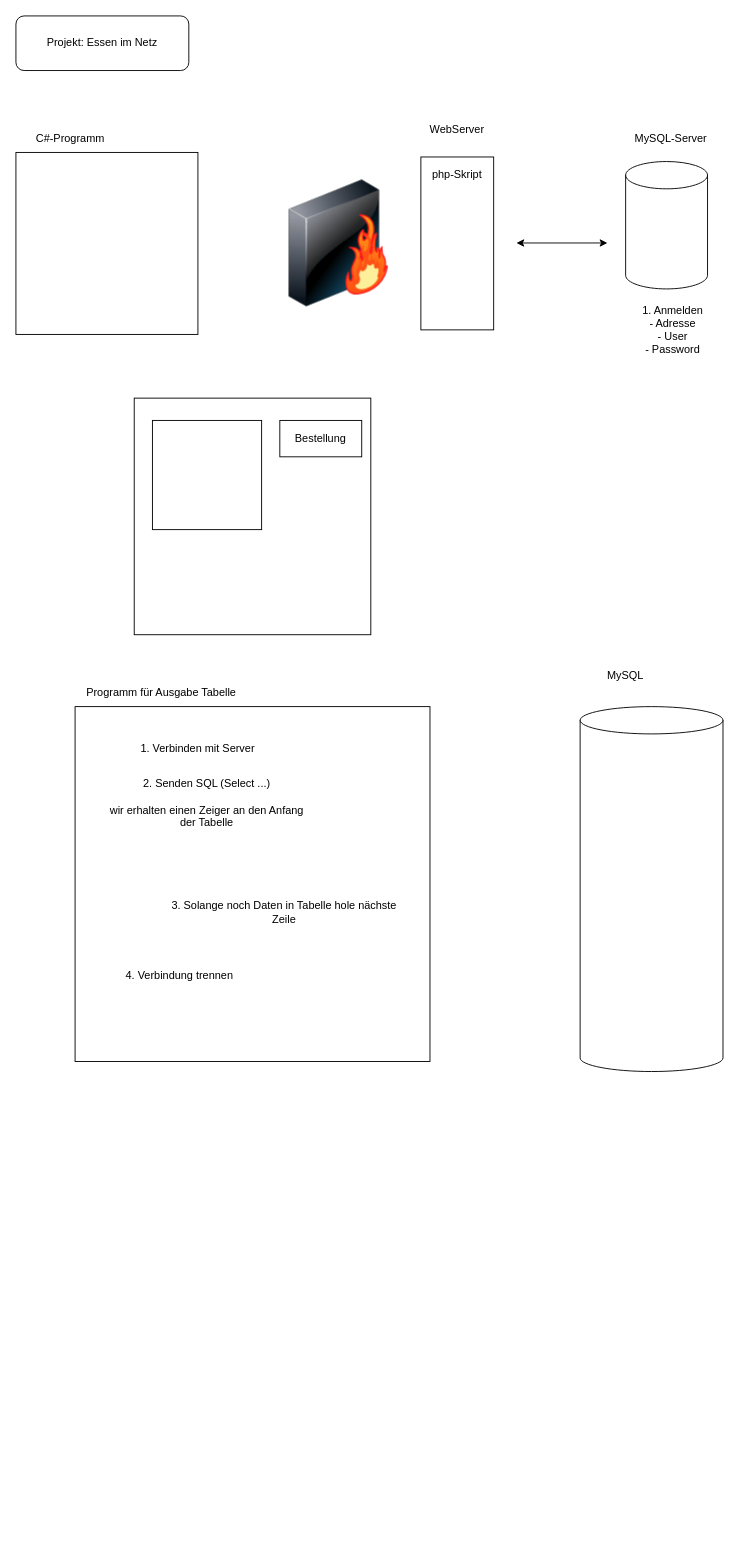
labpa/Schule keeps this draw.io diagram as C#/img/C#.drawio. Above is the earlier version. Source tidied: cells renumbered, new cells numbered last; positions are measured from the earlier drawing's top-left corner, leaving out a move shared by most shapes. Both pictures are drawn from the tidied source at 91%, with x=0, y=0 at pixel (15, 15).
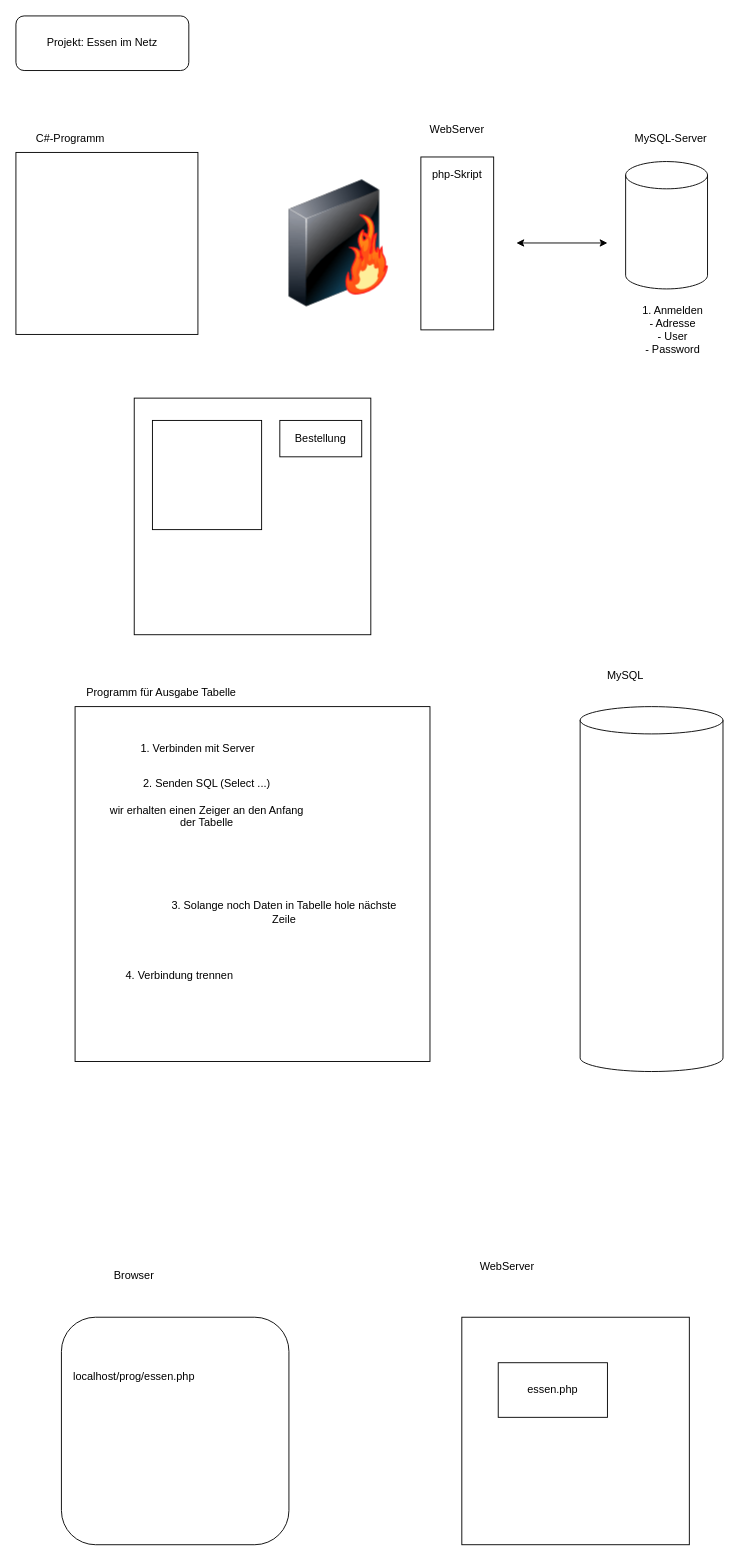
The same page after the edit.

Diff of the diagram source:
```diff
@@
+    <mxCell id="24" style="whiteSpace=wrap;html=1;rounded=1;" parent="1" vertex="1">
+      <mxGeometry x="50" y="1430" width="250" height="250" as="geometry" />
+    </mxCell>
+    <mxCell id="25" style="whiteSpace=wrap;html=1;rounded=0;" parent="1" vertex="1">
+      <mxGeometry x="490" y="1430" width="250" height="250" as="geometry" />
+    </mxCell>
+    <mxCell id="26" value="Browser" style="text;html=1;strokeColor=none;fillColor=none;align=center;verticalAlign=middle;whiteSpace=wrap;rounded=0;" parent="1" vertex="1">
+      <mxGeometry x="100" y="1370" width="60" height="30" as="geometry" />
+    </mxCell>
+    <mxCell id="27" value="WebServer" style="text;html=1;strokeColor=none;fillColor=none;align=center;verticalAlign=middle;whiteSpace=wrap;rounded=0;" parent="1" vertex="1">
+      <mxGeometry x="510" y="1360" width="60" height="30" as="geometry" />
+    </mxCell>
+    <mxCell id="28" value="localhost/prog/essen.php" style="text;html=1;strokeColor=none;fillColor=none;align=center;verticalAlign=middle;whiteSpace=wrap;rounded=0;" parent="1" vertex="1">
+      <mxGeometry x="100" y="1480" width="60" height="30" as="geometry" />
+    </mxCell>
+    <mxCell id="29" value="essen.php" style="rounded=0;whiteSpace=wrap;html=1;" parent="1" vertex="1">
+      <mxGeometry x="530" y="1480" width="120" height="60" as="geometry" />
+    </mxCell>
```
